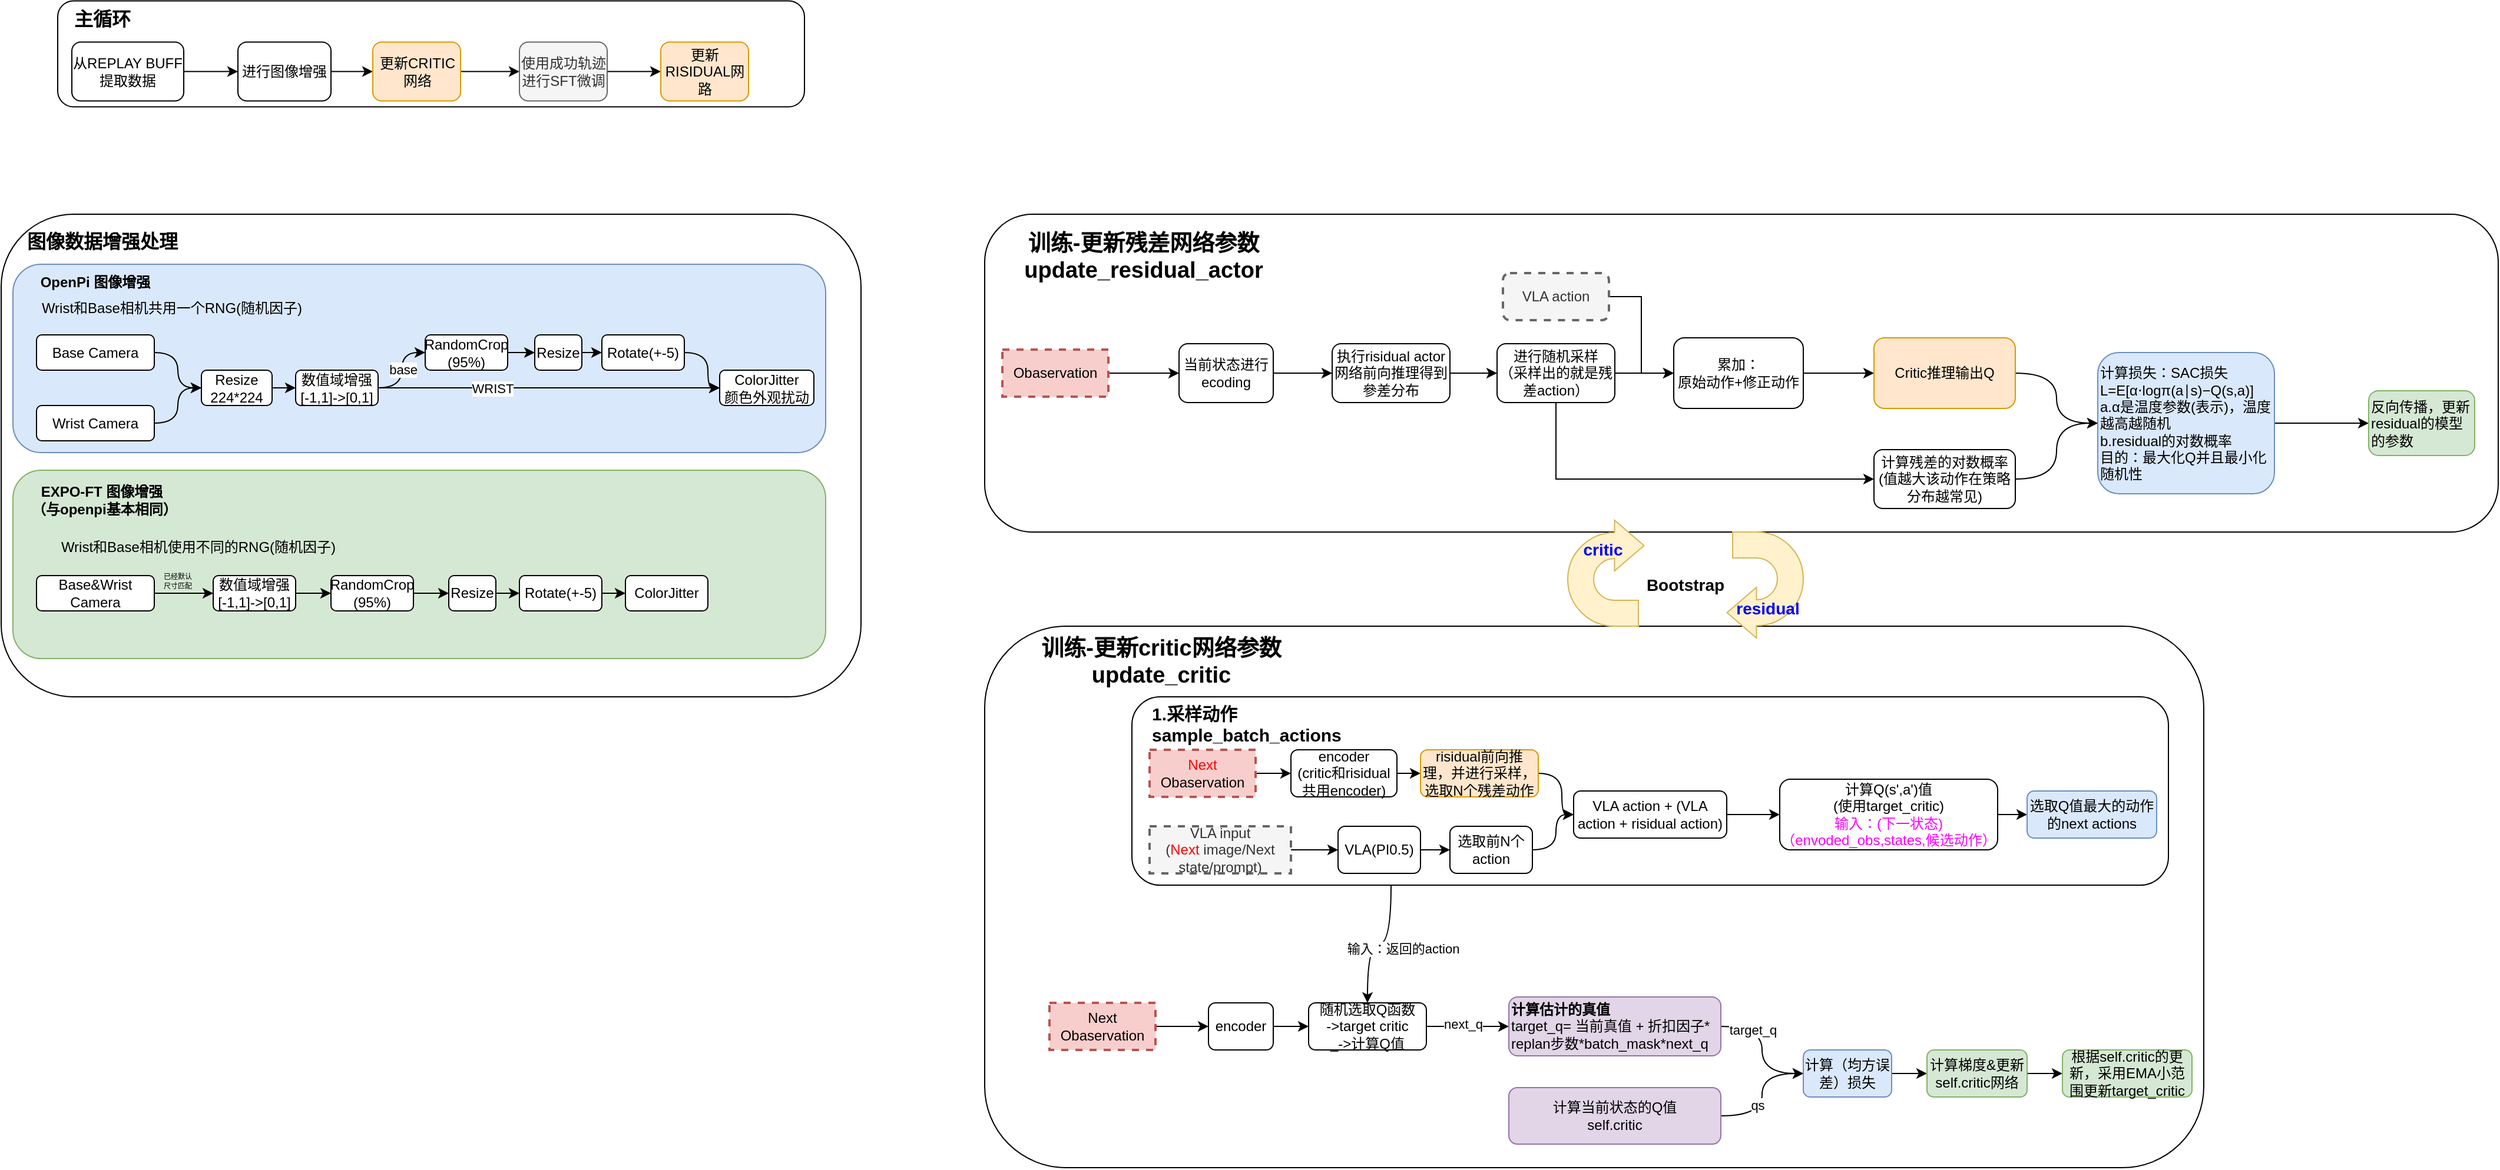
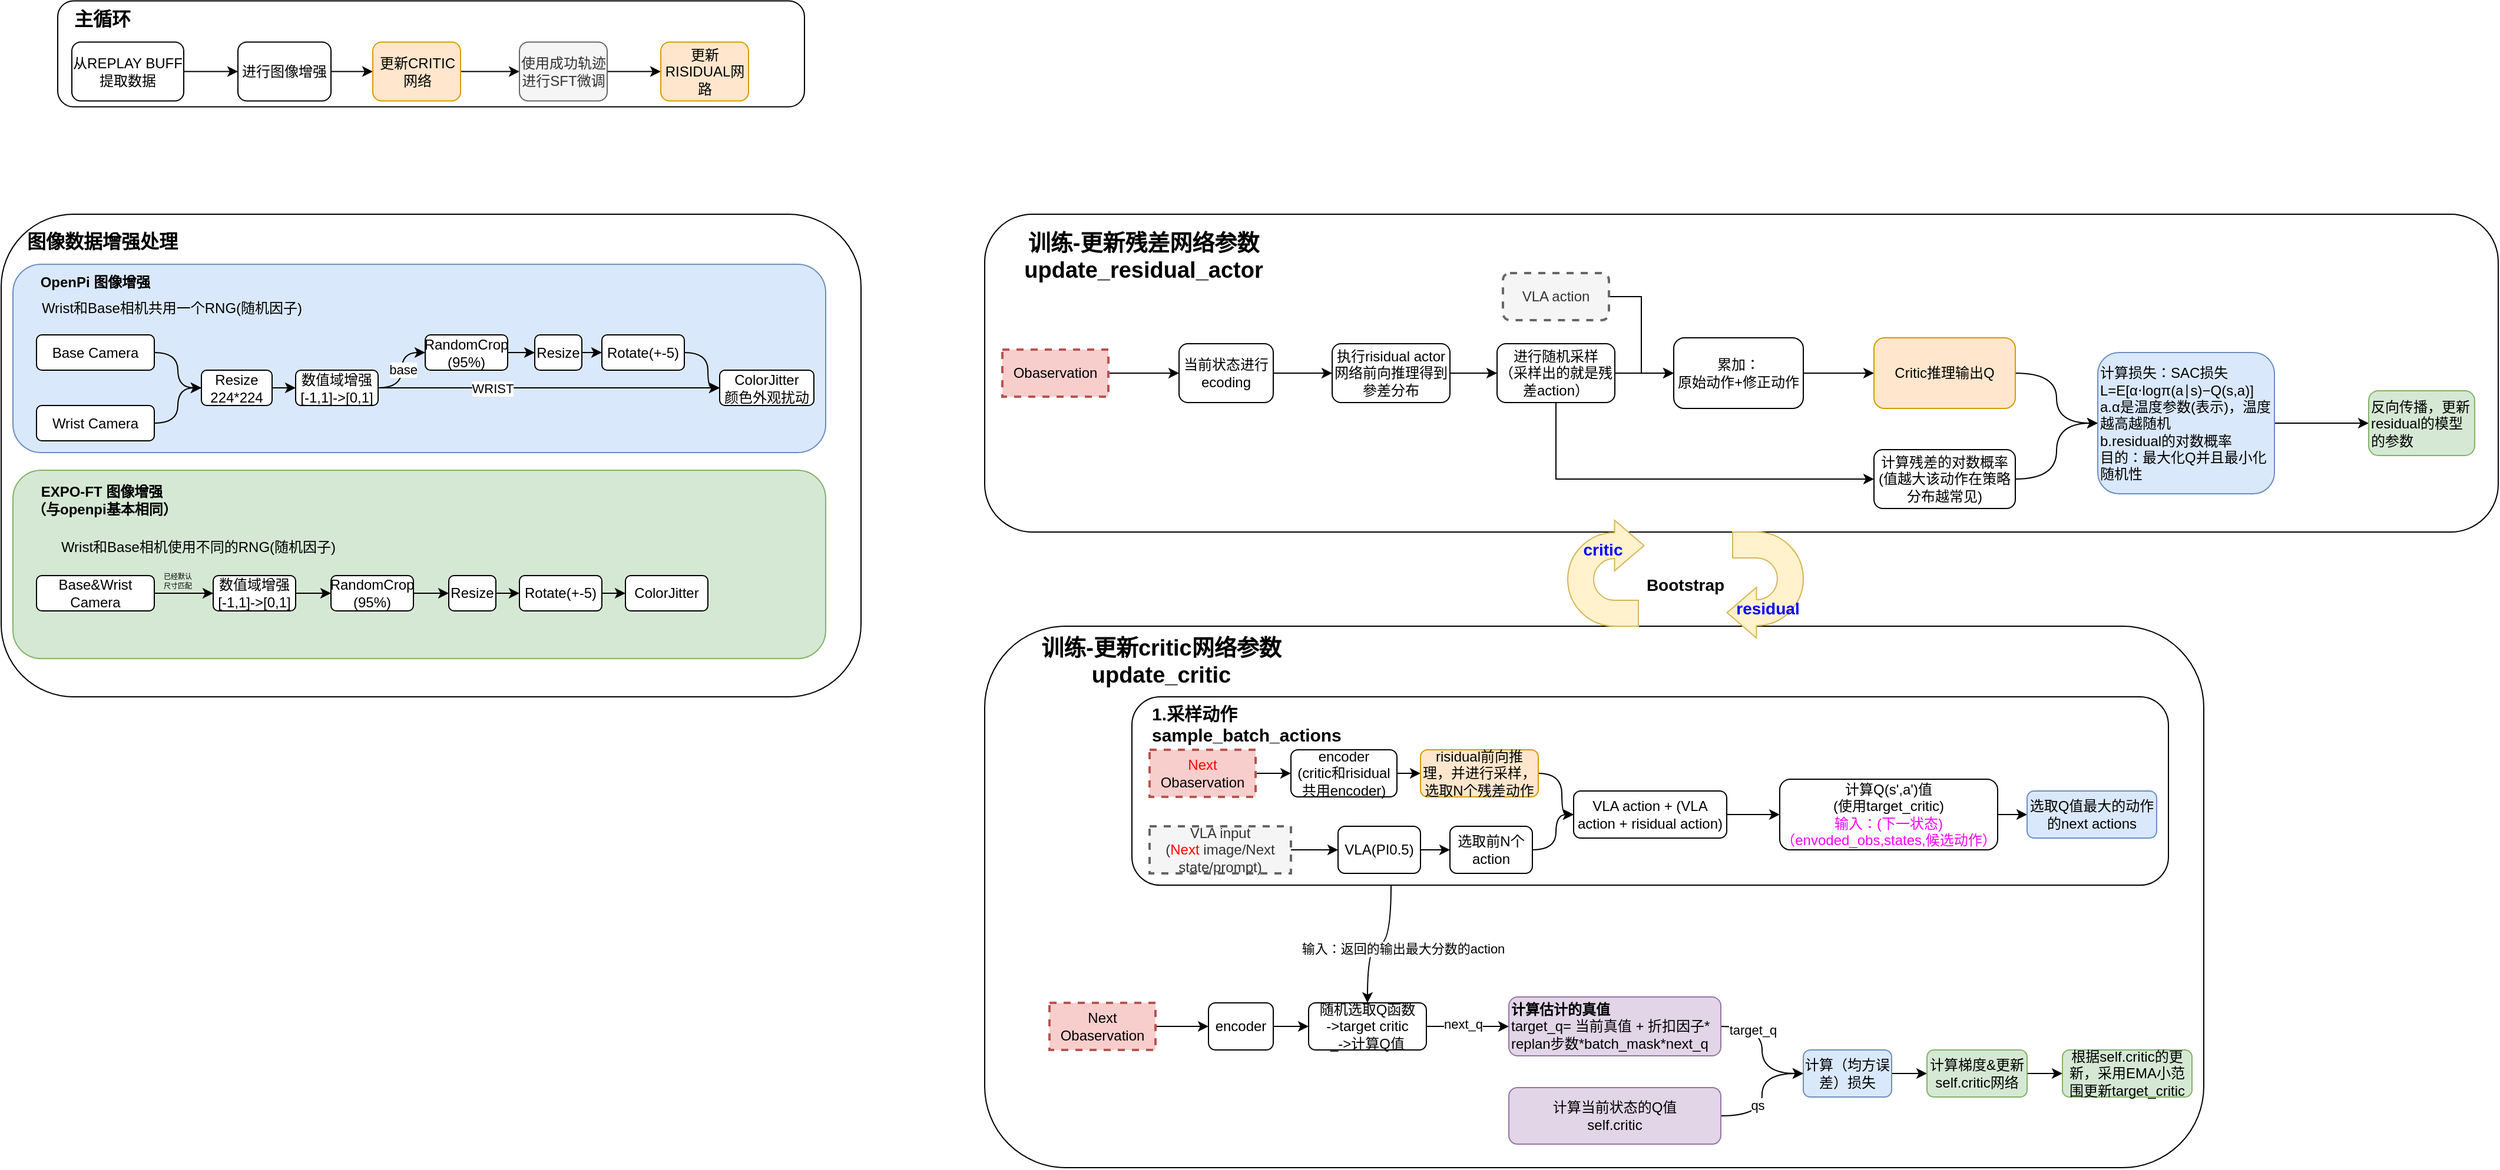
<mxfile host="app.diagrams.net">
  <diagram name="第 1 页" id="Xl2nalXjscSPXPMrPieM">
-     <mxGraphModel dx="2328" dy="1052" grid="1" gridSize="10" guides="1" tooltips="1" connect="1" arrows="1" fold="1" page="1" pageScale="1" pageWidth="827" pageHeight="1169" math="0" shadow="0">
+     <mxGraphModel dx="2307" dy="1019" grid="1" gridSize="10" guides="1" tooltips="1" connect="1" arrows="1" fold="1" page="1" pageScale="1" pageWidth="827" pageHeight="1169" math="0" shadow="0">
      <root>
        <mxCell id="0" />
        <mxCell id="1" parent="0" />
        <mxCell id="5m5IZYSdE89hOnIhnB_D-146" parent="1" style="rounded=1;whiteSpace=wrap;html=1;" value="" vertex="1">
          <mxGeometry height="90" width="634" x="-842" y="8.75" as="geometry" />
        </mxCell>
        <mxCell id="5m5IZYSdE89hOnIhnB_D-129" parent="1" style="rounded=1;whiteSpace=wrap;html=1;" value="" vertex="1">
          <mxGeometry height="410" width="730" x="-890" y="190" as="geometry" />
        </mxCell>
        <mxCell id="5m5IZYSdE89hOnIhnB_D-127" parent="1" style="rounded=1;whiteSpace=wrap;html=1;fillColor=#d5e8d4;strokeColor=#82b366;" value="" vertex="1">
          <mxGeometry height="160" width="690" x="-880" y="407.5" as="geometry" />
        </mxCell>
        <mxCell id="5m5IZYSdE89hOnIhnB_D-126" parent="1" style="rounded=1;whiteSpace=wrap;html=1;fillColor=#dae8fc;strokeColor=#6c8ebf;" value="" vertex="1">
          <mxGeometry height="160" width="690" x="-880" y="232.5" as="geometry" />
        </mxCell>
        <mxCell id="5m5IZYSdE89hOnIhnB_D-75" parent="1" style="rounded=1;whiteSpace=wrap;html=1;" value="" vertex="1">
          <mxGeometry height="460" width="1035" x="-55" y="540" as="geometry" />
        </mxCell>
        <mxCell id="5m5IZYSdE89hOnIhnB_D-59" edge="1" parent="1" source="5m5IZYSdE89hOnIhnB_D-50" style="edgeStyle=orthogonalEdgeStyle;curved=1;rounded=0;orthogonalLoop=1;jettySize=auto;html=1;exitX=0.25;exitY=1;exitDx=0;exitDy=0;entryX=0.5;entryY=0;entryDx=0;entryDy=0;" target="5m5IZYSdE89hOnIhnB_D-56">
          <mxGeometry relative="1" as="geometry" />
        </mxCell>
-         <mxCell id="5m5IZYSdE89hOnIhnB_D-60" connectable="0" parent="5m5IZYSdE89hOnIhnB_D-59" style="edgeLabel;html=1;align=center;verticalAlign=middle;resizable=0;points=[];" value="输入：返回的action" vertex="1">
+         <mxCell id="5m5IZYSdE89hOnIhnB_D-60" connectable="0" parent="5m5IZYSdE89hOnIhnB_D-59" style="edgeLabel;html=1;align=center;verticalAlign=middle;resizable=0;points=[];" value="输入：返回的输出最大分数的action" vertex="1">
          <mxGeometry relative="1" x="-0.1644" y="4" as="geometry">
            <mxPoint x="10" as="offset" />
          </mxGeometry>
        </mxCell>
        <mxCell id="5m5IZYSdE89hOnIhnB_D-22" parent="1" style="rounded=1;whiteSpace=wrap;html=1;" value="" vertex="1">
          <mxGeometry height="270" width="1285" x="-55" y="190" as="geometry" />
        </mxCell>
        <mxCell id="5m5IZYSdE89hOnIhnB_D-3" edge="1" parent="1" source="5m5IZYSdE89hOnIhnB_D-1" style="edgeStyle=orthogonalEdgeStyle;rounded=0;orthogonalLoop=1;jettySize=auto;html=1;" target="5m5IZYSdE89hOnIhnB_D-2" value="">
          <mxGeometry relative="1" as="geometry" />
        </mxCell>
        <mxCell id="5m5IZYSdE89hOnIhnB_D-1" parent="1" style="rounded=1;whiteSpace=wrap;html=1;" value="当前状态进行ecoding" vertex="1">
          <mxGeometry height="50" width="80" x="110" y="300" as="geometry" />
        </mxCell>
        <mxCell id="5m5IZYSdE89hOnIhnB_D-5" edge="1" parent="1" source="5m5IZYSdE89hOnIhnB_D-2" style="edgeStyle=orthogonalEdgeStyle;rounded=0;orthogonalLoop=1;jettySize=auto;html=1;" target="5m5IZYSdE89hOnIhnB_D-4" value="">
          <mxGeometry relative="1" as="geometry" />
        </mxCell>
        <mxCell id="5m5IZYSdE89hOnIhnB_D-2" parent="1" style="rounded=1;whiteSpace=wrap;html=1;" value="执行risidual actor网络前向推理得到參差分布" vertex="1">
          <mxGeometry height="50" width="100" x="240" y="300" as="geometry" />
        </mxCell>
        <mxCell id="5m5IZYSdE89hOnIhnB_D-7" edge="1" parent="1" source="5m5IZYSdE89hOnIhnB_D-4" style="edgeStyle=orthogonalEdgeStyle;rounded=0;orthogonalLoop=1;jettySize=auto;html=1;exitX=0.5;exitY=1;exitDx=0;exitDy=0;entryX=0;entryY=0.5;entryDx=0;entryDy=0;" target="5m5IZYSdE89hOnIhnB_D-6" value="">
          <mxGeometry relative="1" as="geometry" />
        </mxCell>
        <mxCell id="5m5IZYSdE89hOnIhnB_D-14" edge="1" parent="1" source="5m5IZYSdE89hOnIhnB_D-4" style="edgeStyle=orthogonalEdgeStyle;rounded=0;orthogonalLoop=1;jettySize=auto;html=1;exitX=1;exitY=0.5;exitDx=0;exitDy=0;entryX=0;entryY=0.5;entryDx=0;entryDy=0;" target="5m5IZYSdE89hOnIhnB_D-12">
          <mxGeometry relative="1" as="geometry" />
        </mxCell>
        <mxCell id="5m5IZYSdE89hOnIhnB_D-4" parent="1" style="rounded=1;whiteSpace=wrap;html=1;" value="进行随机采样&lt;br&gt;（采样出的就是残差action）" vertex="1">
          <mxGeometry height="50" width="100" x="380" y="300" as="geometry" />
        </mxCell>
        <mxCell id="5m5IZYSdE89hOnIhnB_D-19" edge="1" parent="1" source="5m5IZYSdE89hOnIhnB_D-6" style="edgeStyle=orthogonalEdgeStyle;rounded=0;orthogonalLoop=1;jettySize=auto;html=1;exitX=1;exitY=0.5;exitDx=0;exitDy=0;entryX=0;entryY=0.5;entryDx=0;entryDy=0;curved=1;" target="5m5IZYSdE89hOnIhnB_D-17">
          <mxGeometry relative="1" as="geometry" />
        </mxCell>
        <mxCell id="5m5IZYSdE89hOnIhnB_D-6" parent="1" style="rounded=1;whiteSpace=wrap;html=1;" value="计算残差的对数概率&lt;br&gt;(值越大该动作在策略分布越常见)" vertex="1">
          <mxGeometry height="50" width="120" x="700" y="390" as="geometry" />
        </mxCell>
        <mxCell id="5m5IZYSdE89hOnIhnB_D-9" edge="1" parent="1" source="5m5IZYSdE89hOnIhnB_D-8" style="edgeStyle=orthogonalEdgeStyle;rounded=0;orthogonalLoop=1;jettySize=auto;html=1;exitX=1;exitY=0.5;exitDx=0;exitDy=0;entryX=0;entryY=0.5;entryDx=0;entryDy=0;" target="5m5IZYSdE89hOnIhnB_D-1">
          <mxGeometry relative="1" as="geometry" />
        </mxCell>
        <mxCell id="5m5IZYSdE89hOnIhnB_D-8" parent="1" style="rounded=0;whiteSpace=wrap;html=1;fillColor=#f8cecc;strokeColor=#b85450;dashed=1;strokeWidth=2;" value="Obaservation" vertex="1">
          <mxGeometry height="40" width="90" x="-40" y="305" as="geometry" />
        </mxCell>
        <mxCell id="5m5IZYSdE89hOnIhnB_D-13" edge="1" parent="1" source="5m5IZYSdE89hOnIhnB_D-10" style="edgeStyle=orthogonalEdgeStyle;rounded=0;orthogonalLoop=1;jettySize=auto;html=1;exitX=1;exitY=0.5;exitDx=0;exitDy=0;entryX=0;entryY=0.5;entryDx=0;entryDy=0;" target="5m5IZYSdE89hOnIhnB_D-12">
          <mxGeometry relative="1" as="geometry" />
        </mxCell>
        <mxCell id="5m5IZYSdE89hOnIhnB_D-10" parent="1" style="rounded=1;whiteSpace=wrap;html=1;fillColor=#f5f5f5;fontColor=#333333;strokeColor=#666666;dashed=1;strokeWidth=2;" value="VLA action" vertex="1">
          <mxGeometry height="40" width="90" x="385" y="240" as="geometry" />
        </mxCell>
        <mxCell id="5m5IZYSdE89hOnIhnB_D-16" edge="1" parent="1" source="5m5IZYSdE89hOnIhnB_D-12" style="edgeStyle=orthogonalEdgeStyle;rounded=0;orthogonalLoop=1;jettySize=auto;html=1;exitX=1;exitY=0.5;exitDx=0;exitDy=0;entryX=0;entryY=0.5;entryDx=0;entryDy=0;" target="5m5IZYSdE89hOnIhnB_D-15">
          <mxGeometry relative="1" as="geometry" />
        </mxCell>
        <mxCell id="5m5IZYSdE89hOnIhnB_D-12" parent="1" style="rounded=1;whiteSpace=wrap;html=1;" value="累加：&lt;br&gt;原始动作+修正动作" vertex="1">
          <mxGeometry height="60" width="110" x="530" y="295" as="geometry" />
        </mxCell>
        <mxCell id="5m5IZYSdE89hOnIhnB_D-18" edge="1" parent="1" source="5m5IZYSdE89hOnIhnB_D-15" style="edgeStyle=orthogonalEdgeStyle;rounded=0;orthogonalLoop=1;jettySize=auto;html=1;exitX=1;exitY=0.5;exitDx=0;exitDy=0;entryX=0;entryY=0.5;entryDx=0;entryDy=0;curved=1;" target="5m5IZYSdE89hOnIhnB_D-17">
          <mxGeometry relative="1" as="geometry" />
        </mxCell>
        <mxCell id="5m5IZYSdE89hOnIhnB_D-15" parent="1" style="rounded=1;whiteSpace=wrap;html=1;fillColor=#ffe6cc;strokeColor=#d79b00;" value="Critic推理输出Q" vertex="1">
          <mxGeometry height="60" width="120" x="700" y="295" as="geometry" />
        </mxCell>
        <mxCell id="5m5IZYSdE89hOnIhnB_D-21" edge="1" parent="1" source="5m5IZYSdE89hOnIhnB_D-17" style="edgeStyle=orthogonalEdgeStyle;curved=1;rounded=0;orthogonalLoop=1;jettySize=auto;html=1;" target="5m5IZYSdE89hOnIhnB_D-20" value="">
          <mxGeometry relative="1" as="geometry" />
        </mxCell>
        <mxCell id="5m5IZYSdE89hOnIhnB_D-17" parent="1" style="rounded=1;whiteSpace=wrap;html=1;align=left;fillColor=#dae8fc;strokeColor=#6c8ebf;" value="计算损失：SAC损失&lt;br&gt;L=E[α⋅logπ(a∣s)−Q(s,a)]&lt;div&gt;a.α是温度参数(表示)，温度越高越随机&lt;br&gt;b.residual的对数概率&lt;br&gt;目的：最大化Q并且最小化随机性&lt;/div&gt;" vertex="1">
          <mxGeometry height="120" width="150" x="890" y="307.5" as="geometry" />
        </mxCell>
        <mxCell id="5m5IZYSdE89hOnIhnB_D-20" parent="1" style="rounded=1;whiteSpace=wrap;html=1;align=left;fillColor=#d5e8d4;strokeColor=#82b366;" value="反向传播，更新residual的模型的参数" vertex="1">
          <mxGeometry height="55" width="90" x="1120" y="340" as="geometry" />
        </mxCell>
        <mxCell id="5m5IZYSdE89hOnIhnB_D-23" parent="1" style="text;html=1;whiteSpace=wrap;strokeColor=none;fillColor=none;align=center;verticalAlign=middle;rounded=0;fontStyle=1;fontSize=19;" value="&lt;br&gt;训练-更新残差网络参数update_residual_actor" vertex="1">
          <mxGeometry height="30" width="220" x="-30" y="200" as="geometry" />
        </mxCell>
        <mxCell id="5m5IZYSdE89hOnIhnB_D-55" edge="1" parent="1" source="5m5IZYSdE89hOnIhnB_D-53" style="edgeStyle=orthogonalEdgeStyle;curved=1;rounded=0;orthogonalLoop=1;jettySize=auto;html=1;exitX=1;exitY=0.5;exitDx=0;exitDy=0;entryX=0;entryY=0.5;entryDx=0;entryDy=0;" target="5m5IZYSdE89hOnIhnB_D-54">
          <mxGeometry relative="1" as="geometry" />
        </mxCell>
        <mxCell id="5m5IZYSdE89hOnIhnB_D-53" parent="1" style="rounded=0;whiteSpace=wrap;html=1;fillColor=#f8cecc;strokeColor=#b85450;dashed=1;strokeWidth=2;" value="Next&lt;br&gt;Obaservation" vertex="1">
          <mxGeometry height="40" width="90" y="860" as="geometry" />
        </mxCell>
        <mxCell id="5m5IZYSdE89hOnIhnB_D-57" edge="1" parent="1" source="5m5IZYSdE89hOnIhnB_D-54" style="edgeStyle=orthogonalEdgeStyle;curved=1;rounded=0;orthogonalLoop=1;jettySize=auto;html=1;" target="5m5IZYSdE89hOnIhnB_D-56" value="">
          <mxGeometry relative="1" as="geometry" />
        </mxCell>
        <mxCell id="5m5IZYSdE89hOnIhnB_D-54" parent="1" style="rounded=1;whiteSpace=wrap;html=1;strokeWidth=1;" value="encoder" vertex="1">
          <mxGeometry height="40" width="55" x="135" y="860" as="geometry" />
        </mxCell>
        <mxCell id="5m5IZYSdE89hOnIhnB_D-64" edge="1" parent="1" source="5m5IZYSdE89hOnIhnB_D-56" style="edgeStyle=orthogonalEdgeStyle;curved=1;rounded=0;orthogonalLoop=1;jettySize=auto;html=1;" target="5m5IZYSdE89hOnIhnB_D-63" value="">
          <mxGeometry relative="1" as="geometry" />
        </mxCell>
        <mxCell id="5m5IZYSdE89hOnIhnB_D-65" connectable="0" parent="5m5IZYSdE89hOnIhnB_D-64" style="edgeLabel;html=1;align=center;verticalAlign=middle;resizable=0;points=[];" value="next_q" vertex="1">
          <mxGeometry relative="1" x="-0.1202" y="2" as="geometry">
            <mxPoint as="offset" />
          </mxGeometry>
        </mxCell>
        <mxCell id="5m5IZYSdE89hOnIhnB_D-56" parent="1" style="rounded=1;whiteSpace=wrap;html=1;strokeWidth=1;" value="随机选取Q函数&lt;br&gt;-&amp;gt;target critic&lt;div&gt;_-&amp;gt;计算Q值&lt;/div&gt;" vertex="1">
          <mxGeometry height="40" width="100" x="220" y="860" as="geometry" />
        </mxCell>
        <mxCell id="5m5IZYSdE89hOnIhnB_D-67" edge="1" parent="1" source="5m5IZYSdE89hOnIhnB_D-63" style="edgeStyle=orthogonalEdgeStyle;curved=1;rounded=0;orthogonalLoop=1;jettySize=auto;html=1;" target="5m5IZYSdE89hOnIhnB_D-66" value="">
          <mxGeometry relative="1" as="geometry" />
        </mxCell>
        <mxCell id="5m5IZYSdE89hOnIhnB_D-70" connectable="0" parent="5m5IZYSdE89hOnIhnB_D-67" style="edgeLabel;html=1;align=center;verticalAlign=middle;resizable=0;points=[];" value="target_q" vertex="1">
          <mxGeometry relative="1" x="-0.5152" y="-3" as="geometry">
            <mxPoint as="offset" />
          </mxGeometry>
        </mxCell>
        <mxCell id="5m5IZYSdE89hOnIhnB_D-63" parent="1" style="rounded=1;whiteSpace=wrap;html=1;strokeWidth=1;align=left;fillColor=#e1d5e7;strokeColor=#9673a6;" value="&lt;b&gt;计算估计的真值&lt;/b&gt;&lt;br&gt;target_q= 当前真值 + 折扣因子* replan步数*batch_mask*next_q" vertex="1">
          <mxGeometry height="50" width="180" x="390" y="855" as="geometry" />
        </mxCell>
        <mxCell id="5m5IZYSdE89hOnIhnB_D-74" edge="1" parent="1" source="5m5IZYSdE89hOnIhnB_D-66" style="edgeStyle=orthogonalEdgeStyle;curved=1;rounded=0;orthogonalLoop=1;jettySize=auto;html=1;" target="5m5IZYSdE89hOnIhnB_D-73" value="">
          <mxGeometry relative="1" as="geometry" />
        </mxCell>
        <mxCell id="5m5IZYSdE89hOnIhnB_D-66" parent="1" style="whiteSpace=wrap;html=1;align=center;rounded=1;strokeWidth=1;fillColor=#dae8fc;strokeColor=#6c8ebf;" value="计算（均方误差）损失" vertex="1">
          <mxGeometry height="40" width="75" x="640" y="900" as="geometry" />
        </mxCell>
        <mxCell id="5m5IZYSdE89hOnIhnB_D-69" edge="1" parent="1" source="5m5IZYSdE89hOnIhnB_D-68" style="edgeStyle=orthogonalEdgeStyle;curved=1;rounded=0;orthogonalLoop=1;jettySize=auto;html=1;exitX=1;exitY=0.5;exitDx=0;exitDy=0;entryX=0;entryY=0.5;entryDx=0;entryDy=0;" target="5m5IZYSdE89hOnIhnB_D-66">
          <mxGeometry relative="1" as="geometry" />
        </mxCell>
        <mxCell id="5m5IZYSdE89hOnIhnB_D-72" connectable="0" parent="5m5IZYSdE89hOnIhnB_D-69" style="edgeLabel;html=1;align=center;verticalAlign=middle;resizable=0;points=[];" value="qs" vertex="1">
          <mxGeometry relative="1" x="-0.1592" y="4" as="geometry">
            <mxPoint as="offset" />
          </mxGeometry>
        </mxCell>
        <mxCell id="5m5IZYSdE89hOnIhnB_D-68" parent="1" style="rounded=1;whiteSpace=wrap;html=1;strokeWidth=1;fillColor=#e1d5e7;strokeColor=#9673a6;" value="计算当前状态的Q值&lt;br&gt;self.critic" vertex="1">
          <mxGeometry height="48" width="180" x="390" y="932" as="geometry" />
        </mxCell>
        <mxCell id="5m5IZYSdE89hOnIhnB_D-78" edge="1" parent="1" source="5m5IZYSdE89hOnIhnB_D-73" style="edgeStyle=orthogonalEdgeStyle;curved=1;rounded=0;orthogonalLoop=1;jettySize=auto;html=1;" target="5m5IZYSdE89hOnIhnB_D-77" value="">
          <mxGeometry relative="1" as="geometry" />
        </mxCell>
        <mxCell id="5m5IZYSdE89hOnIhnB_D-73" parent="1" style="whiteSpace=wrap;html=1;align=center;rounded=1;strokeWidth=1;fillColor=#d5e8d4;strokeColor=#82b366;" value="计算梯度&amp;amp;更新self.critic网络" vertex="1">
          <mxGeometry height="40" width="85" x="745" y="900" as="geometry" />
        </mxCell>
        <mxCell id="5m5IZYSdE89hOnIhnB_D-76" parent="1" style="text;html=1;whiteSpace=wrap;strokeColor=none;fillColor=none;align=center;verticalAlign=middle;rounded=0;fontStyle=1;fontSize=19;" value="训练-更新critic网络参数&lt;br&gt;update_critic" vertex="1">
          <mxGeometry height="40" width="220" x="-15" y="550" as="geometry" />
        </mxCell>
        <mxCell id="5m5IZYSdE89hOnIhnB_D-77" parent="1" style="whiteSpace=wrap;html=1;align=center;rounded=1;strokeWidth=1;fillColor=#d5e8d4;strokeColor=#82b366;" value="根据self.critic的更新，采用EMA小范围更新target_critic" vertex="1">
          <mxGeometry height="40" width="110" x="860" y="900" as="geometry" />
        </mxCell>
        <mxCell id="5m5IZYSdE89hOnIhnB_D-79" connectable="0" parent="1" style="group" value="" vertex="1">
          <mxGeometry height="160" width="880" x="70" y="600" as="geometry" />
        </mxCell>
        <mxCell id="5m5IZYSdE89hOnIhnB_D-50" parent="5m5IZYSdE89hOnIhnB_D-79" style="rounded=1;whiteSpace=wrap;html=1;" value="" vertex="1">
          <mxGeometry height="160" width="880" as="geometry" />
        </mxCell>
        <mxCell id="5m5IZYSdE89hOnIhnB_D-39" edge="1" parent="5m5IZYSdE89hOnIhnB_D-79" source="5m5IZYSdE89hOnIhnB_D-32" style="edgeStyle=orthogonalEdgeStyle;curved=1;rounded=0;orthogonalLoop=1;jettySize=auto;html=1;exitX=1;exitY=0.5;exitDx=0;exitDy=0;entryX=0;entryY=0.5;entryDx=0;entryDy=0;" target="5m5IZYSdE89hOnIhnB_D-38">
          <mxGeometry relative="1" as="geometry" />
        </mxCell>
        <mxCell id="5m5IZYSdE89hOnIhnB_D-32" parent="5m5IZYSdE89hOnIhnB_D-79" style="rounded=0;whiteSpace=wrap;html=1;fillColor=#f8cecc;strokeColor=#b85450;dashed=1;strokeWidth=2;" value="&lt;span style=&quot;color: rgb(255, 0, 0);&quot;&gt;Next&lt;/span&gt;&lt;br&gt;Obaservation" vertex="1">
          <mxGeometry height="40" width="90" x="15" y="45" as="geometry" />
        </mxCell>
        <mxCell id="5m5IZYSdE89hOnIhnB_D-35" edge="1" parent="5m5IZYSdE89hOnIhnB_D-79" source="5m5IZYSdE89hOnIhnB_D-33" style="edgeStyle=orthogonalEdgeStyle;curved=1;rounded=0;orthogonalLoop=1;jettySize=auto;html=1;" target="5m5IZYSdE89hOnIhnB_D-34" value="">
          <mxGeometry relative="1" as="geometry" />
        </mxCell>
        <mxCell id="5m5IZYSdE89hOnIhnB_D-33" parent="5m5IZYSdE89hOnIhnB_D-79" style="rounded=0;whiteSpace=wrap;html=1;fillColor=#f5f5f5;fontColor=#333333;strokeColor=#666666;dashed=1;strokeWidth=2;" value="VLA input&lt;br&gt;(&lt;span style=&quot;color: rgb(255, 0, 0);&quot;&gt;Next&lt;/span&gt; image/Next state/prompt)" vertex="1">
          <mxGeometry height="40" width="120" x="15" y="110" as="geometry" />
        </mxCell>
        <mxCell id="5m5IZYSdE89hOnIhnB_D-37" edge="1" parent="5m5IZYSdE89hOnIhnB_D-79" source="5m5IZYSdE89hOnIhnB_D-34" style="edgeStyle=orthogonalEdgeStyle;curved=1;rounded=0;orthogonalLoop=1;jettySize=auto;html=1;" target="5m5IZYSdE89hOnIhnB_D-36" value="">
          <mxGeometry relative="1" as="geometry" />
        </mxCell>
        <mxCell id="5m5IZYSdE89hOnIhnB_D-34" parent="5m5IZYSdE89hOnIhnB_D-79" style="rounded=1;whiteSpace=wrap;html=1;strokeWidth=1;" value="VLA(PI0.5)" vertex="1">
          <mxGeometry height="40" width="70" x="175" y="110" as="geometry" />
        </mxCell>
        <mxCell id="5m5IZYSdE89hOnIhnB_D-44" edge="1" parent="5m5IZYSdE89hOnIhnB_D-79" source="5m5IZYSdE89hOnIhnB_D-36" style="edgeStyle=orthogonalEdgeStyle;curved=1;rounded=0;orthogonalLoop=1;jettySize=auto;html=1;exitX=1;exitY=0.5;exitDx=0;exitDy=0;entryX=0;entryY=0.5;entryDx=0;entryDy=0;" target="5m5IZYSdE89hOnIhnB_D-43">
          <mxGeometry relative="1" as="geometry" />
        </mxCell>
        <mxCell id="5m5IZYSdE89hOnIhnB_D-36" parent="5m5IZYSdE89hOnIhnB_D-79" style="rounded=1;whiteSpace=wrap;html=1;strokeWidth=1;" value="选取前N个action" vertex="1">
          <mxGeometry height="40" width="70" x="270" y="110" as="geometry" />
        </mxCell>
        <mxCell id="5m5IZYSdE89hOnIhnB_D-41" edge="1" parent="5m5IZYSdE89hOnIhnB_D-79" source="5m5IZYSdE89hOnIhnB_D-38" style="edgeStyle=orthogonalEdgeStyle;curved=1;rounded=0;orthogonalLoop=1;jettySize=auto;html=1;" target="5m5IZYSdE89hOnIhnB_D-40" value="">
          <mxGeometry relative="1" as="geometry" />
        </mxCell>
        <mxCell id="5m5IZYSdE89hOnIhnB_D-38" parent="5m5IZYSdE89hOnIhnB_D-79" style="rounded=1;whiteSpace=wrap;html=1;strokeWidth=1;" value="encoder&lt;div&gt;(critic和risidual共用encoder)&lt;/div&gt;" vertex="1">
          <mxGeometry height="40" width="90" x="135" y="45" as="geometry" />
        </mxCell>
        <mxCell id="5m5IZYSdE89hOnIhnB_D-45" edge="1" parent="5m5IZYSdE89hOnIhnB_D-79" source="5m5IZYSdE89hOnIhnB_D-40" style="edgeStyle=orthogonalEdgeStyle;curved=1;rounded=0;orthogonalLoop=1;jettySize=auto;html=1;exitX=1;exitY=0.5;exitDx=0;exitDy=0;entryX=0;entryY=0.5;entryDx=0;entryDy=0;" target="5m5IZYSdE89hOnIhnB_D-43">
          <mxGeometry relative="1" as="geometry" />
        </mxCell>
        <mxCell id="5m5IZYSdE89hOnIhnB_D-40" parent="5m5IZYSdE89hOnIhnB_D-79" style="rounded=1;whiteSpace=wrap;html=1;strokeWidth=1;fillColor=#ffe6cc;strokeColor=#d79b00;" value="risidual前向推理，并进行采样，选取N个残差动作" vertex="1">
          <mxGeometry height="40" width="100" x="245" y="45" as="geometry" />
        </mxCell>
        <mxCell id="5m5IZYSdE89hOnIhnB_D-47" edge="1" parent="5m5IZYSdE89hOnIhnB_D-79" source="5m5IZYSdE89hOnIhnB_D-43" style="edgeStyle=orthogonalEdgeStyle;curved=1;rounded=0;orthogonalLoop=1;jettySize=auto;html=1;exitX=1;exitY=0.5;exitDx=0;exitDy=0;entryX=0;entryY=0.5;entryDx=0;entryDy=0;" target="5m5IZYSdE89hOnIhnB_D-46">
          <mxGeometry relative="1" as="geometry" />
        </mxCell>
        <mxCell id="5m5IZYSdE89hOnIhnB_D-43" parent="5m5IZYSdE89hOnIhnB_D-79" style="rounded=1;whiteSpace=wrap;html=1;strokeWidth=1;" value="VLA action + (VLA action + risidual action)" vertex="1">
          <mxGeometry height="40" width="130" x="375" y="80" as="geometry" />
        </mxCell>
        <mxCell id="5m5IZYSdE89hOnIhnB_D-49" edge="1" parent="5m5IZYSdE89hOnIhnB_D-79" source="5m5IZYSdE89hOnIhnB_D-46" style="edgeStyle=orthogonalEdgeStyle;curved=1;rounded=0;orthogonalLoop=1;jettySize=auto;html=1;" target="5m5IZYSdE89hOnIhnB_D-48" value="">
          <mxGeometry relative="1" as="geometry" />
        </mxCell>
        <mxCell id="5m5IZYSdE89hOnIhnB_D-46" parent="5m5IZYSdE89hOnIhnB_D-79" style="rounded=1;whiteSpace=wrap;html=1;strokeWidth=1;" value="计算Q(s&#39;,a&#39;)值&lt;br&gt;(使用target_critic)&lt;br&gt;&lt;span style=&quot;color: rgb(255, 0, 255);&quot;&gt;输入：(下一状态)&lt;br&gt;（envoded_obs,states,候选动作）&lt;/span&gt;" vertex="1">
          <mxGeometry height="60" width="185" x="550" y="70" as="geometry" />
        </mxCell>
        <mxCell id="5m5IZYSdE89hOnIhnB_D-48" parent="5m5IZYSdE89hOnIhnB_D-79" style="rounded=1;whiteSpace=wrap;html=1;strokeWidth=1;fillColor=#dae8fc;strokeColor=#6c8ebf;" value="选取Q值最大的动作&lt;br&gt;的next actions" vertex="1">
          <mxGeometry height="40" width="110" x="760" y="80" as="geometry" />
        </mxCell>
        <mxCell id="5m5IZYSdE89hOnIhnB_D-51" parent="5m5IZYSdE89hOnIhnB_D-79" style="text;html=1;whiteSpace=wrap;strokeColor=none;fillColor=none;align=left;verticalAlign=middle;rounded=0;fontStyle=1;fontSize=15;" value="1.采样动作&lt;br&gt;sample_batch_actions" vertex="1">
          <mxGeometry height="30" width="220" x="15" y="8" as="geometry" />
        </mxCell>
        <mxCell id="5m5IZYSdE89hOnIhnB_D-82" parent="1" style="html=1;shadow=0;dashed=0;align=center;verticalAlign=middle;shape=mxgraph.arrows2.uTurnArrow;dy=11;arrowHead=43;dx2=25;fillColor=#fff2cc;strokeColor=#d6b656;" value="" vertex="1">
          <mxGeometry height="90" width="60" x="440" y="450" as="geometry" />
        </mxCell>
        <mxCell id="5m5IZYSdE89hOnIhnB_D-83" parent="1" style="html=1;shadow=0;dashed=0;align=center;verticalAlign=middle;shape=mxgraph.arrows2.uTurnArrow;dy=11;arrowHead=43;dx2=25;rotation=-180;fillColor=#fff2cc;strokeColor=#d6b656;" value="&amp;nbsp; " vertex="1">
          <mxGeometry height="90" width="60" x="580" y="460" as="geometry" />
        </mxCell>
        <mxCell id="5m5IZYSdE89hOnIhnB_D-84" parent="1" style="text;html=1;whiteSpace=wrap;strokeColor=none;fillColor=none;align=center;verticalAlign=middle;rounded=0;fontStyle=1;fontSize=14;" value="Bootstrap" vertex="1">
          <mxGeometry height="30" width="60" x="510" y="490" as="geometry" />
        </mxCell>
        <mxCell id="5m5IZYSdE89hOnIhnB_D-85" parent="1" style="text;html=1;whiteSpace=wrap;strokeColor=none;fillColor=none;align=center;verticalAlign=middle;rounded=0;fontStyle=1;fontColor=#0000FF;fontSize=14;" value="critic" vertex="1">
          <mxGeometry height="30" width="60" x="440" y="460" as="geometry" />
        </mxCell>
        <mxCell id="5m5IZYSdE89hOnIhnB_D-86" parent="1" style="text;html=1;whiteSpace=wrap;strokeColor=none;fillColor=none;align=center;verticalAlign=middle;rounded=0;fontStyle=1;fontColor=#0000FF;fontSize=14;" value="residual" vertex="1">
          <mxGeometry height="30" width="60" x="580" y="510" as="geometry" />
        </mxCell>
        <mxCell id="5m5IZYSdE89hOnIhnB_D-99" edge="1" parent="1" source="5m5IZYSdE89hOnIhnB_D-87" style="edgeStyle=orthogonalEdgeStyle;curved=1;rounded=0;orthogonalLoop=1;jettySize=auto;html=1;exitX=1;exitY=0.5;exitDx=0;exitDy=0;entryX=0;entryY=0.5;entryDx=0;entryDy=0;" target="5m5IZYSdE89hOnIhnB_D-89">
          <mxGeometry relative="1" as="geometry" />
        </mxCell>
        <mxCell id="5m5IZYSdE89hOnIhnB_D-87" parent="1" style="rounded=1;whiteSpace=wrap;html=1;" value="Base Camera" vertex="1">
          <mxGeometry height="30" width="100" x="-860" y="292.5" as="geometry" />
        </mxCell>
        <mxCell id="5m5IZYSdE89hOnIhnB_D-98" edge="1" parent="1" source="5m5IZYSdE89hOnIhnB_D-88" style="edgeStyle=orthogonalEdgeStyle;curved=1;rounded=0;orthogonalLoop=1;jettySize=auto;html=1;exitX=1;exitY=0.5;exitDx=0;exitDy=0;entryX=0;entryY=0.5;entryDx=0;entryDy=0;" target="5m5IZYSdE89hOnIhnB_D-89">
          <mxGeometry relative="1" as="geometry" />
        </mxCell>
        <mxCell id="5m5IZYSdE89hOnIhnB_D-88" parent="1" style="rounded=1;whiteSpace=wrap;html=1;" value="Wrist Camera" vertex="1">
          <mxGeometry height="30" width="100" x="-860" y="352.5" as="geometry" />
        </mxCell>
        <mxCell id="5m5IZYSdE89hOnIhnB_D-108" edge="1" parent="1" source="5m5IZYSdE89hOnIhnB_D-89" style="edgeStyle=orthogonalEdgeStyle;curved=1;rounded=0;orthogonalLoop=1;jettySize=auto;html=1;" target="5m5IZYSdE89hOnIhnB_D-107" value="">
          <mxGeometry relative="1" as="geometry" />
        </mxCell>
        <mxCell id="5m5IZYSdE89hOnIhnB_D-89" parent="1" style="rounded=1;whiteSpace=wrap;html=1;" value="Resize&lt;div&gt;224*224&lt;/div&gt;" vertex="1">
          <mxGeometry height="30" width="60" x="-720" y="322.5" as="geometry" />
        </mxCell>
        <mxCell id="5m5IZYSdE89hOnIhnB_D-92" edge="1" parent="1" source="5m5IZYSdE89hOnIhnB_D-90" style="edgeStyle=orthogonalEdgeStyle;curved=1;rounded=0;orthogonalLoop=1;jettySize=auto;html=1;" target="5m5IZYSdE89hOnIhnB_D-91" value="">
          <mxGeometry relative="1" as="geometry" />
        </mxCell>
        <mxCell id="5m5IZYSdE89hOnIhnB_D-90" parent="1" style="rounded=1;whiteSpace=wrap;html=1;" value="RandomCrop&lt;br&gt;(95%)" vertex="1">
          <mxGeometry height="30" width="70" x="-530" y="292.5" as="geometry" />
        </mxCell>
        <mxCell id="5m5IZYSdE89hOnIhnB_D-94" edge="1" parent="1" source="5m5IZYSdE89hOnIhnB_D-91" style="edgeStyle=orthogonalEdgeStyle;curved=1;rounded=0;orthogonalLoop=1;jettySize=auto;html=1;" target="5m5IZYSdE89hOnIhnB_D-93" value="">
          <mxGeometry relative="1" as="geometry" />
        </mxCell>
        <mxCell id="5m5IZYSdE89hOnIhnB_D-91" parent="1" style="rounded=1;whiteSpace=wrap;html=1;" value="Resize" vertex="1">
          <mxGeometry height="30" width="40" x="-437" y="292.5" as="geometry" />
        </mxCell>
        <mxCell id="5m5IZYSdE89hOnIhnB_D-96" edge="1" parent="1" source="5m5IZYSdE89hOnIhnB_D-93" style="edgeStyle=orthogonalEdgeStyle;curved=1;rounded=0;orthogonalLoop=1;jettySize=auto;html=1;" target="5m5IZYSdE89hOnIhnB_D-95" value="">
          <mxGeometry relative="1" as="geometry" />
        </mxCell>
        <mxCell id="5m5IZYSdE89hOnIhnB_D-93" parent="1" style="rounded=1;whiteSpace=wrap;html=1;" value="Rotate(+-5)" vertex="1">
          <mxGeometry height="30" width="70" x="-380" y="292.5" as="geometry" />
        </mxCell>
        <mxCell id="5m5IZYSdE89hOnIhnB_D-95" parent="1" style="rounded=1;whiteSpace=wrap;html=1;" value="ColorJitter&lt;br&gt;颜色外观扰动" vertex="1">
          <mxGeometry height="30" width="80" x="-280" y="322.5" as="geometry" />
        </mxCell>
        <mxCell id="5m5IZYSdE89hOnIhnB_D-103" parent="1" style="text;html=1;whiteSpace=wrap;strokeColor=none;fillColor=none;align=center;verticalAlign=middle;rounded=0;" value="Wrist和Base相机共用一个RNG(随机因子)" vertex="1">
          <mxGeometry height="20" width="230" x="-860" y="260" as="geometry" />
        </mxCell>
        <mxCell id="5m5IZYSdE89hOnIhnB_D-105" parent="1" style="text;html=1;whiteSpace=wrap;strokeColor=none;fillColor=none;align=center;verticalAlign=middle;rounded=0;fontStyle=1" value="OpenPi 图像增强" vertex="1">
          <mxGeometry height="20" width="110" x="-865" y="237.5" as="geometry" />
        </mxCell>
        <mxCell id="5m5IZYSdE89hOnIhnB_D-106" parent="1" style="text;html=1;whiteSpace=wrap;strokeColor=none;fillColor=none;align=center;verticalAlign=middle;rounded=0;fontStyle=1" value="EXPO-FT 图像增强&lt;br&gt;（与openpi基本相同）" vertex="1">
          <mxGeometry height="20" width="121" x="-865" y="422.5" as="geometry" />
        </mxCell>
        <mxCell id="5m5IZYSdE89hOnIhnB_D-109" edge="1" parent="1" source="5m5IZYSdE89hOnIhnB_D-107" style="edgeStyle=orthogonalEdgeStyle;curved=1;rounded=0;orthogonalLoop=1;jettySize=auto;html=1;exitX=1;exitY=0.5;exitDx=0;exitDy=0;entryX=0;entryY=0.5;entryDx=0;entryDy=0;" target="5m5IZYSdE89hOnIhnB_D-90">
          <mxGeometry relative="1" as="geometry" />
        </mxCell>
        <mxCell id="5m5IZYSdE89hOnIhnB_D-110" connectable="0" parent="5m5IZYSdE89hOnIhnB_D-109" style="edgeLabel;html=1;align=center;verticalAlign=middle;resizable=0;points=[];" value="base" vertex="1">
          <mxGeometry relative="1" x="0.0335" y="-1" as="geometry">
            <mxPoint as="offset" />
          </mxGeometry>
        </mxCell>
        <mxCell id="5m5IZYSdE89hOnIhnB_D-133" edge="1" parent="1" source="5m5IZYSdE89hOnIhnB_D-107" style="edgeStyle=orthogonalEdgeStyle;curved=1;rounded=0;orthogonalLoop=1;jettySize=auto;html=1;exitX=1;exitY=0.5;exitDx=0;exitDy=0;entryX=0;entryY=0.5;entryDx=0;entryDy=0;" target="5m5IZYSdE89hOnIhnB_D-95">
          <mxGeometry relative="1" as="geometry" />
        </mxCell>
        <mxCell id="5m5IZYSdE89hOnIhnB_D-134" connectable="0" parent="5m5IZYSdE89hOnIhnB_D-133" style="edgeLabel;html=1;align=center;verticalAlign=middle;resizable=0;points=[];" value="WRIST" vertex="1">
          <mxGeometry relative="1" x="-0.3337" as="geometry">
            <mxPoint as="offset" />
          </mxGeometry>
        </mxCell>
        <mxCell id="5m5IZYSdE89hOnIhnB_D-107" parent="1" style="rounded=1;whiteSpace=wrap;html=1;" value="数值域增强&lt;br&gt;[-1,1]-&amp;gt;[0,1]" vertex="1">
          <mxGeometry height="30" width="70" x="-640" y="322.5" as="geometry" />
        </mxCell>
        <mxCell id="5m5IZYSdE89hOnIhnB_D-118" edge="1" parent="1" source="5m5IZYSdE89hOnIhnB_D-113" style="edgeStyle=orthogonalEdgeStyle;curved=1;rounded=0;orthogonalLoop=1;jettySize=auto;html=1;exitX=1;exitY=0.5;exitDx=0;exitDy=0;entryX=0;entryY=0.5;entryDx=0;entryDy=0;" target="5m5IZYSdE89hOnIhnB_D-114">
          <mxGeometry relative="1" as="geometry" />
        </mxCell>
        <mxCell id="5m5IZYSdE89hOnIhnB_D-113" parent="1" style="rounded=1;whiteSpace=wrap;html=1;" value="数值域增强&lt;br&gt;[-1,1]-&amp;gt;[0,1]" vertex="1">
          <mxGeometry height="30" width="70" x="-710" y="497" as="geometry" />
        </mxCell>
        <mxCell id="5m5IZYSdE89hOnIhnB_D-119" edge="1" parent="1" source="5m5IZYSdE89hOnIhnB_D-114" style="edgeStyle=orthogonalEdgeStyle;curved=1;rounded=0;orthogonalLoop=1;jettySize=auto;html=1;exitX=1;exitY=0.5;exitDx=0;exitDy=0;entryX=0;entryY=0.5;entryDx=0;entryDy=0;" target="5m5IZYSdE89hOnIhnB_D-115">
          <mxGeometry relative="1" as="geometry" />
        </mxCell>
        <mxCell id="5m5IZYSdE89hOnIhnB_D-114" parent="1" style="rounded=1;whiteSpace=wrap;html=1;" value="RandomCrop&lt;br&gt;(95%)" vertex="1">
          <mxGeometry height="30" width="70" x="-610" y="497" as="geometry" />
        </mxCell>
        <mxCell id="5m5IZYSdE89hOnIhnB_D-120" edge="1" parent="1" source="5m5IZYSdE89hOnIhnB_D-115" style="edgeStyle=orthogonalEdgeStyle;curved=1;rounded=0;orthogonalLoop=1;jettySize=auto;html=1;exitX=1;exitY=0.5;exitDx=0;exitDy=0;entryX=0;entryY=0.5;entryDx=0;entryDy=0;" target="5m5IZYSdE89hOnIhnB_D-116">
          <mxGeometry relative="1" as="geometry" />
        </mxCell>
        <mxCell id="5m5IZYSdE89hOnIhnB_D-115" parent="1" style="rounded=1;whiteSpace=wrap;html=1;" value="Resize" vertex="1">
          <mxGeometry height="30" width="40" x="-510" y="497" as="geometry" />
        </mxCell>
        <mxCell id="5m5IZYSdE89hOnIhnB_D-121" edge="1" parent="1" source="5m5IZYSdE89hOnIhnB_D-116" style="edgeStyle=orthogonalEdgeStyle;curved=1;rounded=0;orthogonalLoop=1;jettySize=auto;html=1;exitX=1;exitY=0.5;exitDx=0;exitDy=0;entryX=0;entryY=0.5;entryDx=0;entryDy=0;" target="5m5IZYSdE89hOnIhnB_D-117">
          <mxGeometry relative="1" as="geometry" />
        </mxCell>
        <mxCell id="5m5IZYSdE89hOnIhnB_D-116" parent="1" style="rounded=1;whiteSpace=wrap;html=1;" value="Rotate(+-5)" vertex="1">
          <mxGeometry height="30" width="70" x="-450" y="497" as="geometry" />
        </mxCell>
        <mxCell id="5m5IZYSdE89hOnIhnB_D-117" parent="1" style="rounded=1;whiteSpace=wrap;html=1;" value="ColorJitter" vertex="1">
          <mxGeometry height="30" width="70" x="-360" y="497" as="geometry" />
        </mxCell>
        <mxCell id="5m5IZYSdE89hOnIhnB_D-123" edge="1" parent="1" source="5m5IZYSdE89hOnIhnB_D-122" style="edgeStyle=orthogonalEdgeStyle;curved=1;rounded=0;orthogonalLoop=1;jettySize=auto;html=1;exitX=1;exitY=0.5;exitDx=0;exitDy=0;entryX=0;entryY=0.5;entryDx=0;entryDy=0;" target="5m5IZYSdE89hOnIhnB_D-113">
          <mxGeometry relative="1" as="geometry" />
        </mxCell>
        <mxCell id="5m5IZYSdE89hOnIhnB_D-122" parent="1" style="rounded=1;whiteSpace=wrap;html=1;" value="Base&amp;amp;Wrist Camera" vertex="1">
          <mxGeometry height="30" width="100" x="-860" y="497" as="geometry" />
        </mxCell>
        <mxCell id="5m5IZYSdE89hOnIhnB_D-124" parent="1" style="text;html=1;whiteSpace=wrap;strokeColor=none;fillColor=none;align=center;verticalAlign=middle;rounded=0;fontSize=6;" value="已经默认&lt;br&gt;尺寸匹配" vertex="1">
          <mxGeometry height="30" width="60" x="-770" y="487" as="geometry" />
        </mxCell>
        <mxCell id="5m5IZYSdE89hOnIhnB_D-125" parent="1" style="text;html=1;whiteSpace=wrap;strokeColor=none;fillColor=none;align=center;verticalAlign=middle;rounded=0;" value="Wrist和Base相机使用不同的RNG(随机因子)" vertex="1">
          <mxGeometry height="20" width="265" x="-855" y="462.5" as="geometry" />
        </mxCell>
        <mxCell id="5m5IZYSdE89hOnIhnB_D-130" parent="1" style="text;html=1;whiteSpace=wrap;strokeColor=none;fillColor=none;align=center;verticalAlign=middle;rounded=0;fontStyle=1;fontSize=16;" value="图像数据增强处理" vertex="1">
          <mxGeometry height="30" width="170" x="-889.5" y="197.5" as="geometry" />
        </mxCell>
        <mxCell id="5m5IZYSdE89hOnIhnB_D-137" edge="1" parent="1" source="5m5IZYSdE89hOnIhnB_D-135" style="edgeStyle=orthogonalEdgeStyle;curved=1;rounded=0;orthogonalLoop=1;jettySize=auto;html=1;" target="5m5IZYSdE89hOnIhnB_D-136" value="">
          <mxGeometry relative="1" as="geometry" />
        </mxCell>
        <mxCell id="5m5IZYSdE89hOnIhnB_D-135" parent="1" style="rounded=1;whiteSpace=wrap;html=1;" value="从REPLAY BUFF提取数据" vertex="1">
          <mxGeometry height="50" width="95" x="-830" y="43.75" as="geometry" />
        </mxCell>
        <mxCell id="5m5IZYSdE89hOnIhnB_D-139" edge="1" parent="1" source="5m5IZYSdE89hOnIhnB_D-136" style="edgeStyle=orthogonalEdgeStyle;curved=1;rounded=0;orthogonalLoop=1;jettySize=auto;html=1;" target="5m5IZYSdE89hOnIhnB_D-138" value="">
          <mxGeometry relative="1" as="geometry" />
        </mxCell>
        <mxCell id="5m5IZYSdE89hOnIhnB_D-136" parent="1" style="rounded=1;whiteSpace=wrap;html=1;" value="进行图像增强" vertex="1">
          <mxGeometry height="50" width="79" x="-689" y="43.75" as="geometry" />
        </mxCell>
        <mxCell id="5m5IZYSdE89hOnIhnB_D-141" edge="1" parent="1" source="5m5IZYSdE89hOnIhnB_D-138" style="edgeStyle=orthogonalEdgeStyle;curved=1;rounded=0;orthogonalLoop=1;jettySize=auto;html=1;" target="5m5IZYSdE89hOnIhnB_D-140" value="">
          <mxGeometry relative="1" as="geometry" />
        </mxCell>
        <mxCell id="5m5IZYSdE89hOnIhnB_D-138" parent="1" style="rounded=1;whiteSpace=wrap;html=1;fillColor=#ffe6cc;strokeColor=#d79b00;" value="更新CRITIC网络" vertex="1">
          <mxGeometry height="50" width="74.5" x="-574.5" y="43.75" as="geometry" />
        </mxCell>
        <mxCell id="5m5IZYSdE89hOnIhnB_D-143" edge="1" parent="1" source="5m5IZYSdE89hOnIhnB_D-140" style="edgeStyle=orthogonalEdgeStyle;curved=1;rounded=0;orthogonalLoop=1;jettySize=auto;html=1;" target="5m5IZYSdE89hOnIhnB_D-142" value="">
          <mxGeometry relative="1" as="geometry" />
        </mxCell>
        <mxCell id="5m5IZYSdE89hOnIhnB_D-140" parent="1" style="rounded=1;whiteSpace=wrap;html=1;fillColor=#f5f5f5;fontColor=#333333;strokeColor=#666666;" value="使用成功轨迹进行SFT微调" vertex="1">
          <mxGeometry height="50" width="74.5" x="-450" y="43.75" as="geometry" />
        </mxCell>
        <mxCell id="5m5IZYSdE89hOnIhnB_D-142" parent="1" style="rounded=1;whiteSpace=wrap;html=1;fillColor=#ffe6cc;strokeColor=#d79b00;" value="更新RISIDUAL网路" vertex="1">
          <mxGeometry height="50" width="74.5" x="-330" y="43.75" as="geometry" />
        </mxCell>
        <mxCell id="5m5IZYSdE89hOnIhnB_D-147" parent="1" style="text;html=1;whiteSpace=wrap;strokeColor=none;fillColor=none;align=center;verticalAlign=middle;rounded=0;fontStyle=1;fontSize=16;" value="主循环" vertex="1">
          <mxGeometry height="30" width="70" x="-839.5" y="8.75" as="geometry" />
        </mxCell>
      </root>
    </mxGraphModel>
  </diagram>
</mxfile>
